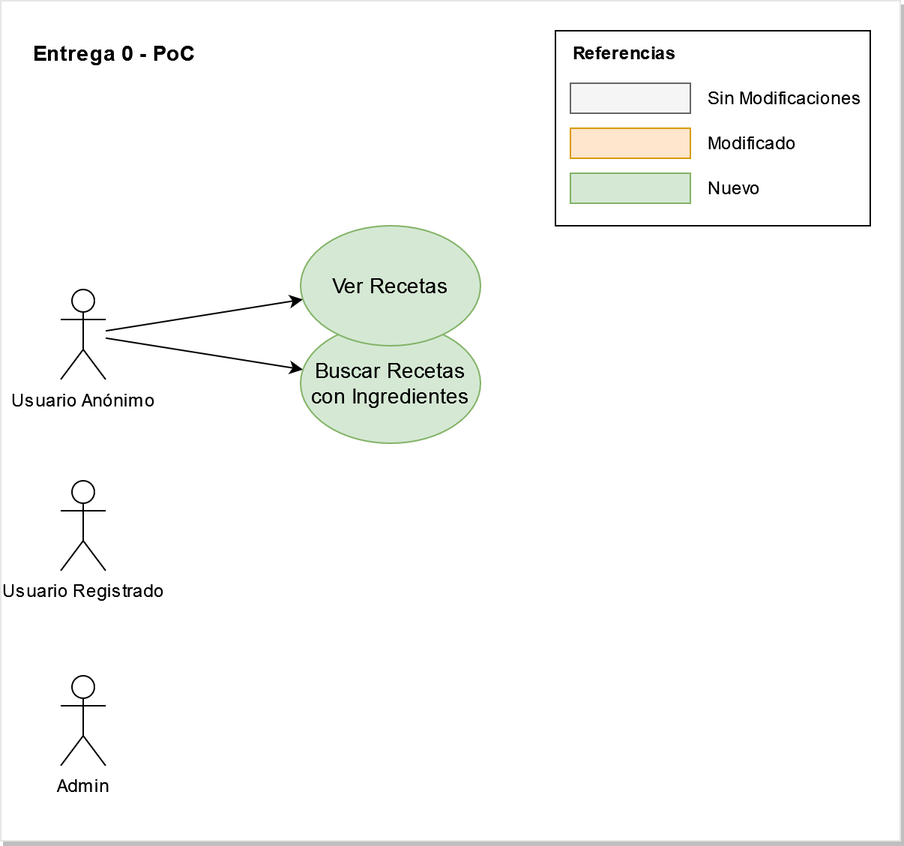
Before: .github/TTIP-Entrega 0.drawio.png, a diagram exported from draw.io (tehuel/ttip-grupo11). Source tidied: cells renumbered, new cells last; positions are measured from the earlier drawing's top-left corner, leaving out a move shared by most shapes.
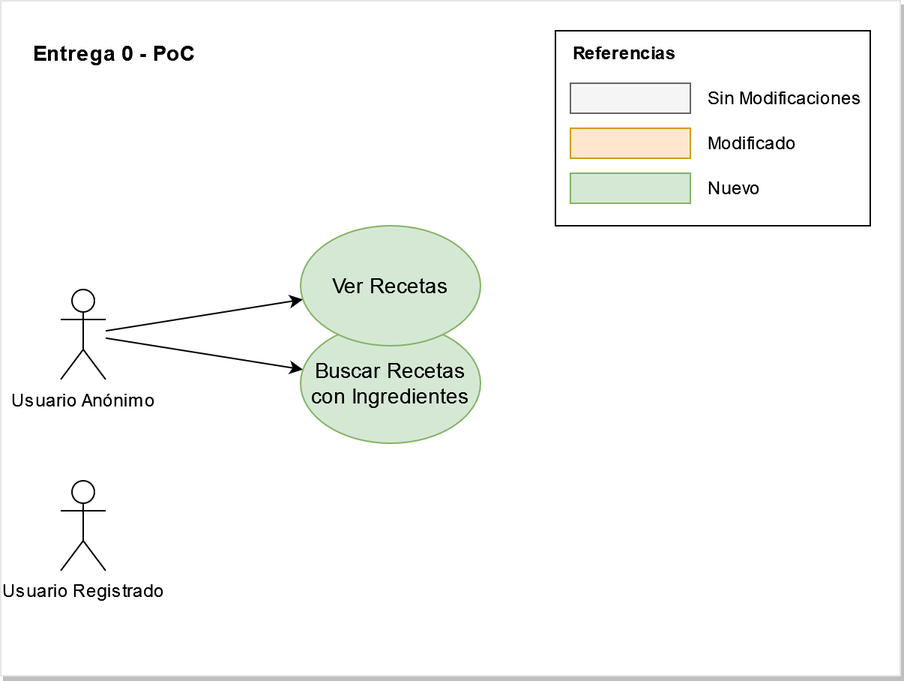
After the change.

What changed in the source:
```diff
@@ -3,11 +3,8 @@
     <mxCell id="0" />
     <mxCell id="1" parent="0" />
     <mxCell id="2" style="rounded=0;whiteSpace=wrap;html=1;fontSize=14;align=center;verticalAlign=middle;strokeColor=#E6E6E6;shadow=1;" parent="1" vertex="1">
-      <mxGeometry width="600" height="560" as="geometry" />
+      <mxGeometry width="600" height="450" as="geometry" />
     </mxCell>
-    <mxCell id="3" value="Admin" style="shape=umlActor;verticalLabelPosition=bottom;verticalAlign=top;html=1;" parent="1" vertex="1">
-      <mxGeometry x="40" y="450" width="30" height="60" as="geometry" />
-    </mxCell>
     <mxCell id="4" style="edgeStyle=none;rounded=0;jettySize=auto;html=1;fontSize=14;" parent="1" edge="1" source="6" target="19">
       <mxGeometry relative="1" as="geometry" />
     </mxCell>
```
